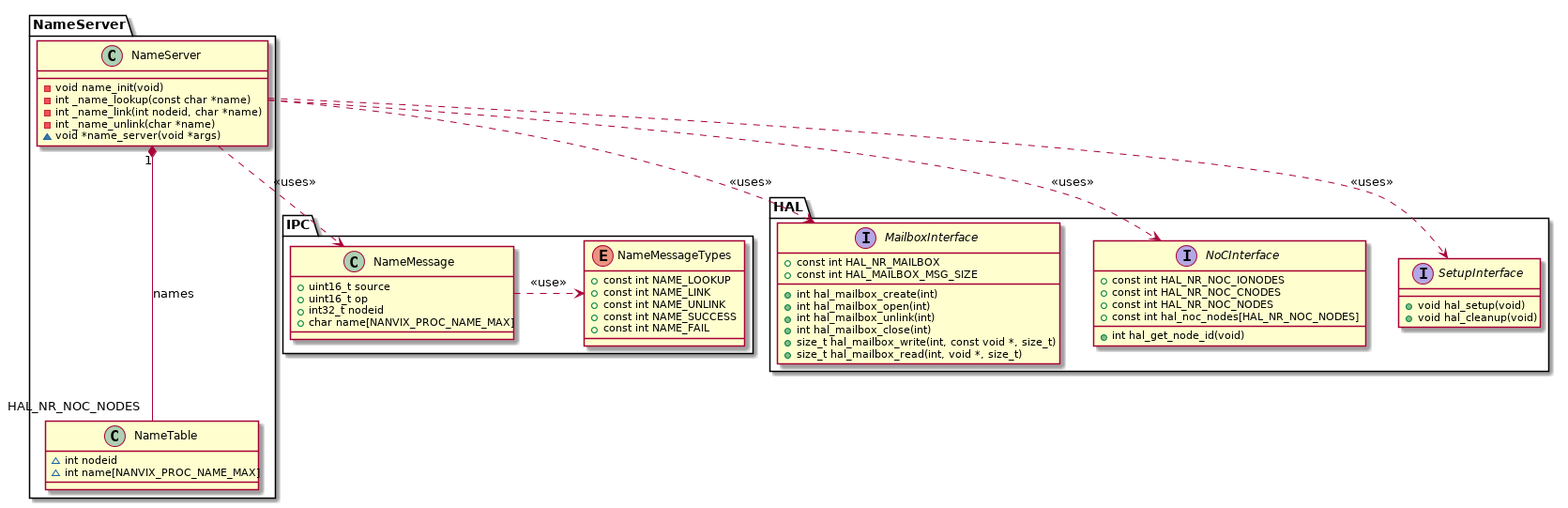
This is doc/classes/servers-name.png from mbcastro/multikernel, a PlantUML export, as it was before one commit. Source of this version:
```plantuml
@startuml

namespace HAL {
	interface HAL.MailboxInterface {
		+ const int HAL_NR_MAILBOX
		+ const int HAL_MAILBOX_MSG_SIZE
		+ int hal_mailbox_create(int)
		+ int hal_mailbox_open(int)
		+ int hal_mailbox_unlink(int)
		+ int hal_mailbox_close(int)
		+ size_t hal_mailbox_write(int, const void *, size_t)
		+ size_t hal_mailbox_read(int, void *, size_t)
	}

	interface HAL.NoCInterface {
		+ const int HAL_NR_NOC_IONODES
		+ const int HAL_NR_NOC_CNODES
		+ const int HAL_NR_NOC_NODES
		+ const int hal_noc_nodes[HAL_NR_NOC_NODES]
		+ int hal_get_node_id(void)
	}

	interface HAL.SetupInterface {
		+ void hal_setup(void)
		+ void hal_cleanup(void)
	}
}

namespace IPC {
	class NameMessage {
		+ uint16_t source
		+ uint16_t op
		+ int32_t nodeid
		+ char name[NANVIX_PROC_NAME_MAX]
	}

	enum NameMessageTypes {
		+ const int NAME_LOOKUP
		+ const int NAME_LINK
		+ const int NAME_UNLINK
		+ const int NAME_SUCCESS
		+ const int NAME_FAIL
	}

	IPC.NameMessage  .> IPC.NameMessageTypes : <<use>>
}

namespace NameServer {
	class NameTable {
		~ int nodeid
		~ int name[NANVIX_PROC_NAME_MAX]
	}

	class NameServer {
		- void name_init(void)
		- int _name_lookup(const char *name)
		- int _name_link(int nodeid, char *name)
		- int _name_unlink(char *name)
		~ void *name_server(void *args)
	}

	NameServer.NameServer "1" *-- "HAL_NR_NOC_NODES" NameServer.NameTable : names

	NameServer.NameServer ..> IPC.NameMessage      : <<uses>>
	NameServer.NameServer ..> HAL.MailboxInterface : <<uses>>
	NameServer.NameServer ..> HAL.NoCInterface     : <<uses>>
	NameServer.NameServer ..> HAL.SetupInterface   : <<uses>>
}

@enduml
```
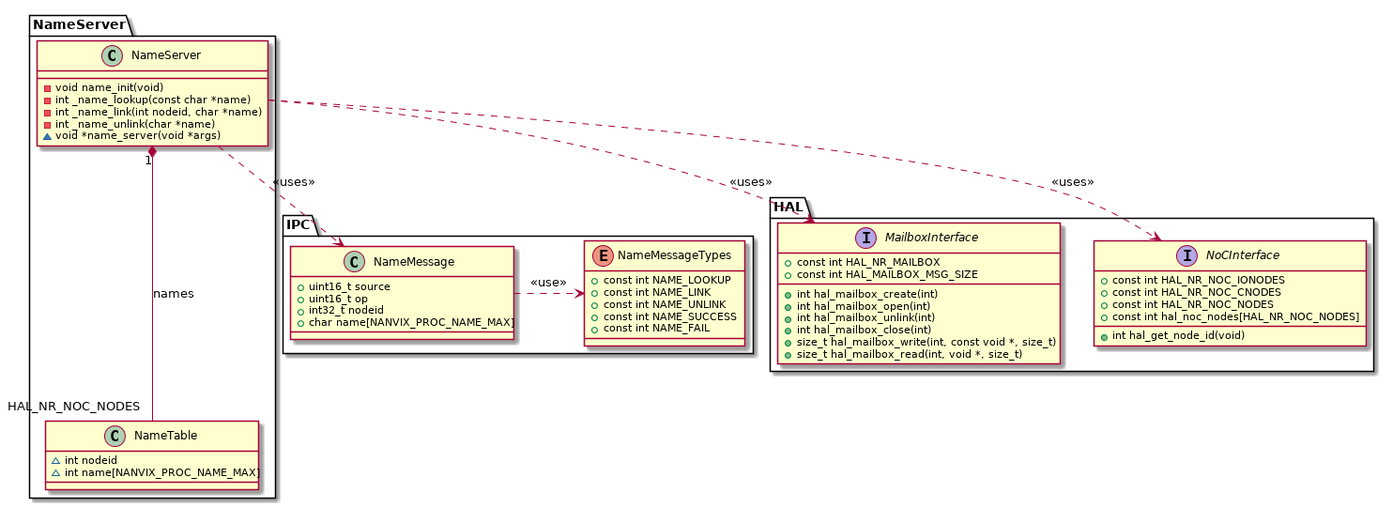
The same file after the commit.

Diff of the diagram source:
```diff
@@ -1,6 +1,25 @@
 @startuml
 
+
 namespace HAL {
+	enum HAL.CoreTypes {
+		+ const int HAL_CORE_USER
+		+ const int HAL_CORE_RMAN
+		+ const int HAL_CORE_SYSTEM
+	}
+
+	interface HAL.CoreInterface {
+		+ const int HAL_NR_CORES_USER
+		+ const int HAL_NR_CORES_RMAN
+		+ const int HAL_NR_CORES_SYSTEM
+		+ const int HAL_NR_CLUSTERS
+		+ int hal_get_cluster_id(void)
+		+ int hal_get_core_id(void)
+		+ int hal_get_core_type(void)
+		+ int hal_get_num_cores(void)
+		+ int hal_get_core_freq(void)
+	}
+
 	interface HAL.MailboxInterface {
 		+ const int HAL_NR_MAILBOX
 		+ const int HAL_MAILBOX_MSG_SIZE
@@ -10,6 +29,29 @@
 		+ int hal_mailbox_close(int)
 		+ size_t hal_mailbox_write(int, const void *, size_t)
 		+ size_t hal_mailbox_read(int, void *, size_t)
+	}
+
+	interface HAL.SyncInterface {
+		+ const int HAL_NR_SYNC
+		+ const int HAL_SYNC_ONE_TO_ALL
+		+ const int HAL_SYNC_ALL_TO_ONE
+		+ int hal_sync_create(const int *, int, int)
+		+ int hal_sync_open(const int *, int, int)
+		+ int hal_sync_wait(int)
+		+ int hal_sync_signal(int)
+		+ int hal_sync_close(int)
+		+ int hal_sync_unlink(int)
+	}
+
+	interface HAL.PortalInterface {
+		class portal_t
+		+ int hal_portal_allow(portal_t *, int)
+		+ int hal_portal_create(portal_t *, int)
+		+ int hal_portal_open(portal_t *, int)
+		+ int hal_portal_read(portal_t *, void *, size_t)
+		+ int hal_portal_write(portal_t *, const void *, size_t)
+		+ int hal_portal_close(portal_t *)
+		+ int hal_portal_unlink(portal_t *)
 	}
 
 	interface HAL.NoCInterface {
@@ -24,9 +66,39 @@
 		+ void hal_setup(void)
 		+ void hal_cleanup(void)
 	}
+
+	HAL.CoreInterface ..> HAL.CoreTypes : <<use>>
+}
+
+
+remove HAL.CoreTypes
+remove HAL.CoreInterface
+remove HAL.SyncInterface
+remove HAL.PortalInterface
+
+
+
+remove HAL.CoreTypes
+remove HAL.CoreInterface
+remove HAL.SetupInterface
+remove HAL.SyncInterface
+remove HAL.PortalInterface
+
+class Unknown {
+	+ int get_inbox()
 }
 
 namespace IPC {
+	class NameClient {
+		+ int sys_name_link(int nodeid, const char *name)
+		+ int sys_name_unlink(const char *name)
+		+ int sys_name_lookup(char *name)
+		+ void name_finalize(void)
+		- int name_init(void)
+		- int initialized = 0;
+		- int server;
+	}
+
 	class NameMessage {
 		+ uint16_t source
 		+ uint16_t op
@@ -43,7 +115,16 @@
 	}
 
 	IPC.NameMessage  .> IPC.NameMessageTypes : <<use>>
+	IPC.NameClient   .> IPC.NameMessage      : <<use>>
+	IPC.NameClient  ..> HAL.NoCInterface     : <<use>>
+	IPC.NameClient  ..> HAL.MailboxInterface : <<use>>
 }
+
+Unknown <. IPC.NameClient : <<use>>
+
+
+remove IPC.NameClient
+remove Unknown
 
 namespace NameServer {
 	class NameTable {
```
